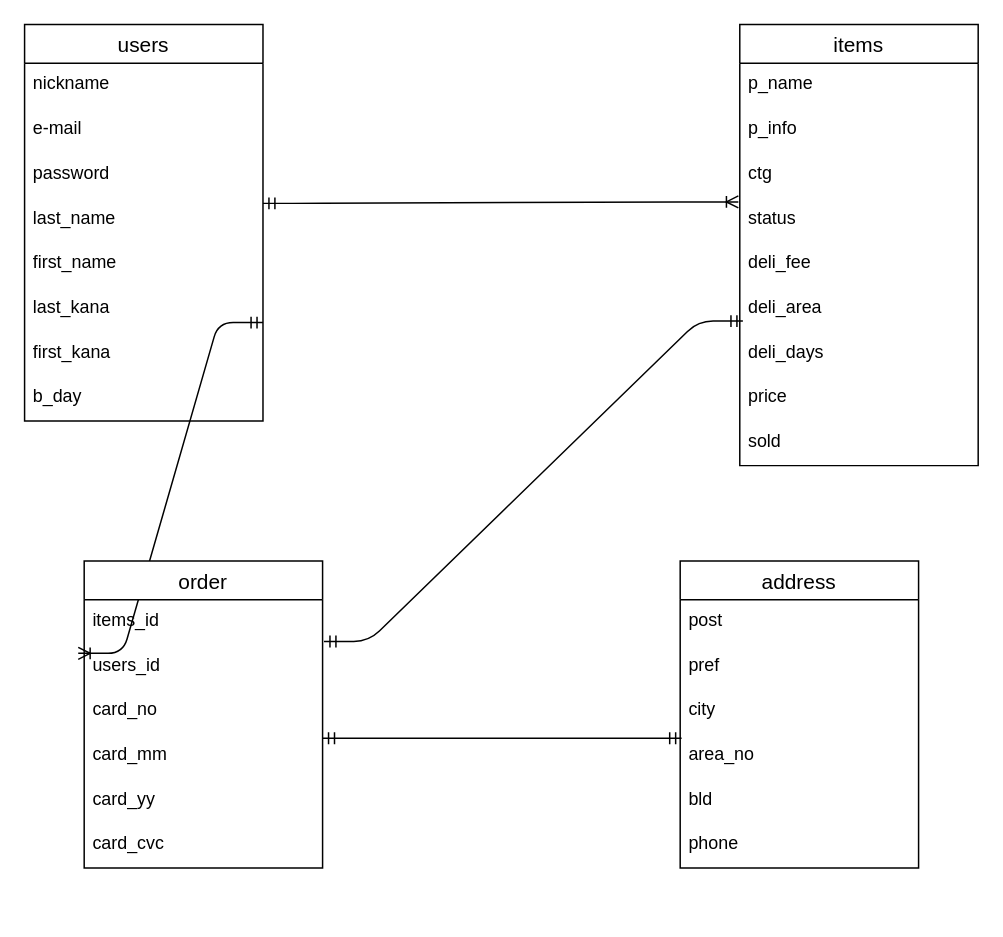
Above: er.dio in kyuu5988/furima-28122 (draw.io), before the change. Source tidied: cells renumbered, new cells numbered last; positions are measured from the earlier drawing's top-left corner, leaving out a move shared by most shapes. Both pictures are drawn from the tidied source at 149%, with x=0, y=0 at pixel (24, 24).
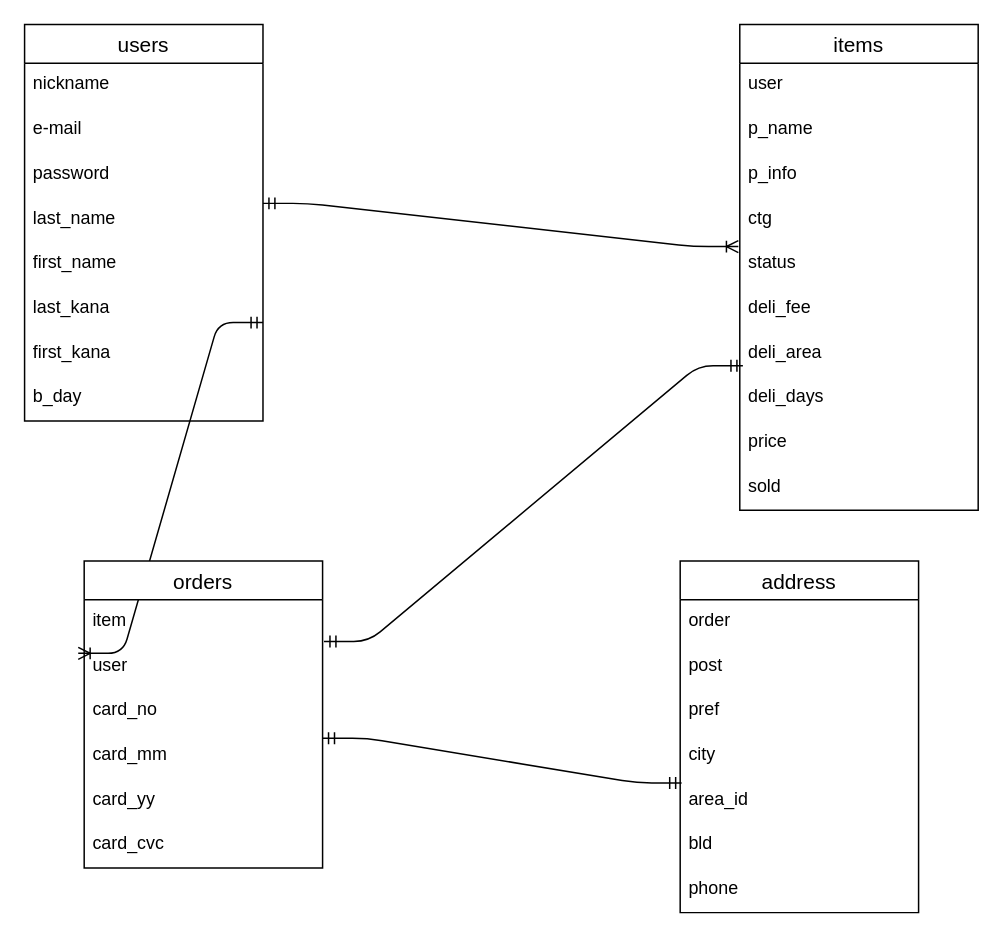
Above is the later version.

Change to the diagram source:
```diff
@@
     <mxCell id="2" value="items" style="swimlane;fontStyle=0;horizontal=1;startSize=26;align=center;fontSize=14;" parent="1" vertex="1">
-      <mxGeometry x="480" width="160" height="296" as="geometry" />
+      <mxGeometry x="480" width="160" height="326" as="geometry" />
     </mxCell>
-    <mxCell id="3" value="p_name" style="text;strokeColor=none;fillColor=none;spacingLeft=4;spacingRight=4;overflow=hidden;fontSize=12;" parent="2" vertex="1">
+    <mxCell id="3" value="user" style="text;strokeColor=none;fillColor=none;spacingLeft=4;spacingRight=4;overflow=hidden;fontSize=12;" parent="2" vertex="1">
       <mxGeometry y="26" width="160" height="30" as="geometry" />
     </mxCell>
+    <mxCell id="39" value="p_name" style="text;strokeColor=none;fillColor=none;spacingLeft=4;spacingRight=4;overflow=hidden;fontSize=12;" parent="2" vertex="1">
+      <mxGeometry y="56" width="160" height="30" as="geometry" />
+    </mxCell>
     <mxCell id="4" value="p_info" style="text;strokeColor=none;fillColor=none;spacingLeft=4;spacingRight=4;overflow=hidden;fontSize=12;" parent="2" vertex="1">
-      <mxGeometry y="56" width="160" height="30" as="geometry" />
+      <mxGeometry y="86" width="160" height="30" as="geometry" />
     </mxCell>
     <mxCell id="5" value="ctg" style="text;strokeColor=none;fillColor=none;spacingLeft=4;spacingRight=4;overflow=hidden;fontSize=12;" parent="2" vertex="1">
-      <mxGeometry y="86" width="160" height="30" as="geometry" />
+      <mxGeometry y="116" width="160" height="30" as="geometry" />
     </mxCell>
     <mxCell id="6" value="status" style="text;strokeColor=none;fillColor=none;spacingLeft=4;spacingRight=4;overflow=hidden;points=[[0,0.5],[1,0.5]];portConstraint=eastwest;fontSize=12;" parent="2" vertex="1">
-      <mxGeometry y="116" width="160" height="30" as="geometry" />
+      <mxGeometry y="146" width="160" height="30" as="geometry" />
     </mxCell>
     <mxCell id="7" value="deli_fee" style="text;strokeColor=none;fillColor=none;spacingLeft=4;spacingRight=4;overflow=hidden;fontSize=12;" parent="2" vertex="1">
-      <mxGeometry y="146" width="160" height="30" as="geometry" />
+      <mxGeometry y="176" width="160" height="30" as="geometry" />
     </mxCell>
     <mxCell id="8" value="deli_area" style="text;strokeColor=none;fillColor=none;spacingLeft=4;spacingRight=4;overflow=hidden;points=[[0,0.5],[1,0.5]];portConstraint=eastwest;fontSize=12;" parent="2" vertex="1">
-      <mxGeometry y="176" width="160" height="30" as="geometry" />
+      <mxGeometry y="206" width="160" height="30" as="geometry" />
     </mxCell>
     <mxCell id="9" value="deli_days" style="text;strokeColor=none;fillColor=none;spacingLeft=4;spacingRight=4;overflow=hidden;fontSize=12;" parent="2" vertex="1">
-      <mxGeometry y="206" width="160" height="30" as="geometry" />
+      <mxGeometry y="236" width="160" height="30" as="geometry" />
     </mxCell>
     <mxCell id="10" value="price" style="text;strokeColor=none;fillColor=none;spacingLeft=4;spacingRight=4;overflow=hidden;fontSize=12;" parent="2" vertex="1">
-      <mxGeometry y="236" width="160" height="30" as="geometry" />
+      <mxGeometry y="266" width="160" height="30" as="geometry" />
     </mxCell>
     <mxCell id="11" value="sold" style="text;strokeColor=none;fillColor=none;spacingLeft=4;spacingRight=4;overflow=hidden;fontSize=12;" parent="2" vertex="1">
-      <mxGeometry y="266" width="160" height="30" as="geometry" />
+      <mxGeometry y="296" width="160" height="30" as="geometry" />
     </mxCell>
@@
-    <mxCell id="23" value="order" style="swimlane;fontStyle=0;horizontal=1;startSize=26;align=center;fontSize=14;" parent="1" vertex="1">
+    <mxCell id="23" value="orders" style="swimlane;fontStyle=0;horizontal=1;startSize=26;align=center;fontSize=14;" parent="1" vertex="1">
       <mxGeometry x="40" y="360" width="160" height="206" as="geometry" />
     </mxCell>
-    <mxCell id="24" value="items_id" style="text;strokeColor=none;fillColor=none;spacingLeft=4;spacingRight=4;overflow=hidden;fontSize=12;" parent="23" vertex="1">
+    <mxCell id="24" value="item" style="text;strokeColor=none;fillColor=none;spacingLeft=4;spacingRight=4;overflow=hidden;fontSize=12;" parent="23" vertex="1">
       <mxGeometry y="26" width="160" height="30" as="geometry" />
     </mxCell>
-    <mxCell id="25" value="users_id" style="text;strokeColor=none;fillColor=none;spacingLeft=4;spacingRight=4;overflow=hidden;points=[[0,0.5],[1,0.5]];portConstraint=eastwest;fontSize=12;" parent="23" vertex="1">
+    <mxCell id="25" value="user" style="text;strokeColor=none;fillColor=none;spacingLeft=4;spacingRight=4;overflow=hidden;points=[[0,0.5],[1,0.5]];portConstraint=eastwest;fontSize=12;" parent="23" vertex="1">
       <mxGeometry y="56" width="160" height="30" as="geometry" />
     </mxCell>
@@
     <mxCell id="31" value="address" style="swimlane;fontStyle=0;horizontal=1;startSize=26;align=center;fontSize=14;" parent="1" vertex="1">
-      <mxGeometry x="440" y="360" width="160" height="206" as="geometry" />
+      <mxGeometry x="440" y="360" width="160" height="236" as="geometry" />
     </mxCell>
-    <mxCell id="32" value="post" style="text;strokeColor=none;fillColor=none;spacingLeft=4;spacingRight=4;overflow=hidden;fontSize=12;" parent="31" vertex="1">
+    <mxCell id="32" value="order" style="text;strokeColor=none;fillColor=none;spacingLeft=4;spacingRight=4;overflow=hidden;fontSize=12;" parent="31" vertex="1">
       <mxGeometry y="26" width="160" height="30" as="geometry" />
     </mxCell>
+    <mxCell id="40" value="post" style="text;strokeColor=none;fillColor=none;spacingLeft=4;spacingRight=4;overflow=hidden;fontSize=12;" parent="31" vertex="1">
+      <mxGeometry y="56" width="160" height="30" as="geometry" />
+    </mxCell>
     <mxCell id="33" value="pref" style="text;strokeColor=none;fillColor=none;spacingLeft=4;spacingRight=4;overflow=hidden;fontSize=12;" parent="31" vertex="1">
-      <mxGeometry y="56" width="160" height="30" as="geometry" />
+      <mxGeometry y="86" width="160" height="30" as="geometry" />
     </mxCell>
     <mxCell id="34" value="city" style="text;strokeColor=none;fillColor=none;spacingLeft=4;spacingRight=4;overflow=hidden;fontSize=12;" parent="31" vertex="1">
-      <mxGeometry y="86" width="160" height="30" as="geometry" />
+      <mxGeometry y="116" width="160" height="30" as="geometry" />
     </mxCell>
-    <mxCell id="35" value="area_no" style="text;strokeColor=none;fillColor=none;spacingLeft=4;spacingRight=4;overflow=hidden;points=[[0,0.5],[1,0.5]];portConstraint=eastwest;fontSize=12;" parent="31" vertex="1">
-      <mxGeometry y="116" width="160" height="30" as="geometry" />
+    <mxCell id="35" value="area_id" style="text;strokeColor=none;fillColor=none;spacingLeft=4;spacingRight=4;overflow=hidden;points=[[0,0.5],[1,0.5]];portConstraint=eastwest;fontSize=12;" parent="31" vertex="1">
+      <mxGeometry y="146" width="160" height="30" as="geometry" />
     </mxCell>
     <mxCell id="36" value="bld" style="text;strokeColor=none;fillColor=none;spacingLeft=4;spacingRight=4;overflow=hidden;fontSize=12;" parent="31" vertex="1">
-      <mxGeometry y="146" width="160" height="30" as="geometry" />
+      <mxGeometry y="176" width="160" height="30" as="geometry" />
     </mxCell>
     <mxCell id="37" value="phone" style="text;strokeColor=none;fillColor=none;spacingLeft=4;spacingRight=4;overflow=hidden;fontSize=12;" parent="31" vertex="1">
-      <mxGeometry y="176" width="160" height="30" as="geometry" />
+      <mxGeometry y="206" width="160" height="30" as="geometry" />
     </mxCell>
```
